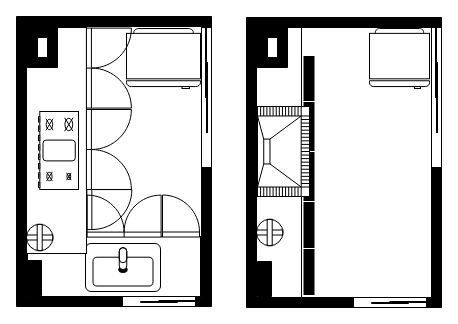
Above: 未命名绘图.drawio in aiquantong/drawIO (draw.io), before the change. Source tidied: cells renumbered, new cells numbered last; positions are measured from the earlier drawing's top-left corner, leaving out a move shared by most shapes. Both pictures are drawn from the tidied source at 100%, with x=0, y=0 at pixel (16, 16).
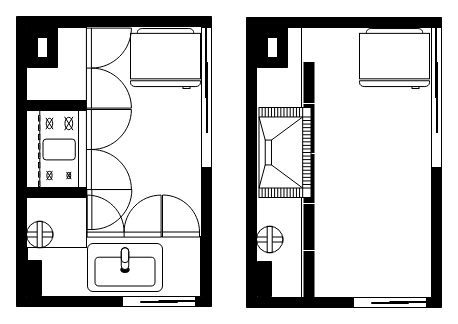
The same page after the edit.

Commit message (it also covers changes not shown here):
更新未命名绘图.drawio

What changed in the source:
```diff
@@
     <mxCell id="5" style="verticalLabelPosition=bottom;html=1;verticalAlign=top;align=center;shape=mxgraph.floorplan.refrigerator;" parent="1" vertex="1">
-      <mxGeometry x="110" y="12" width="74" height="60" as="geometry" />
+      <mxGeometry x="114" y="12" width="70" height="60" as="geometry" />
     </mxCell>
@@
     <mxCell id="7" style="verticalLabelPosition=bottom;html=1;verticalAlign=top;align=center;shape=mxgraph.floorplan.sink_22;" parent="1" vertex="1">
-      <mxGeometry x="69" y="227" width="75" height="48" as="geometry" />
+      <mxGeometry x="71" y="227" width="75" height="48" as="geometry" />
     </mxCell>
     <mxCell id="8" style="rounded=0;whiteSpace=wrap;html=1;" parent="1" vertex="1">
-      <mxGeometry x="10" y="11" width="60" height="226" as="geometry" />
+      <mxGeometry x="10" y="11" width="60" height="220" as="geometry" />
     </mxCell>
@@
     <mxCell id="10" style="verticalLabelPosition=bottom;html=1;verticalAlign=top;align=center;shape=mxgraph.floorplan.range_2;rotation=90;" parent="1" vertex="1">
-      <mxGeometry x="3" y="114" width="78" height="40" as="geometry" />
+      <mxGeometry x="3" y="113" width="78" height="40" as="geometry" />
     </mxCell>
     <mxCell id="11" style="verticalLabelPosition=bottom;html=1;verticalAlign=top;align=center;shape=mxgraph.floorplan.doorRevolving;" parent="1" vertex="1">
-      <mxGeometry x="10" y="207" width="26.4" height="28" as="geometry" />
+      <mxGeometry x="10" y="204" width="26.4" height="28" as="geometry" />
     </mxCell>
@@
     <mxCell id="15" style="verticalLabelPosition=bottom;html=1;verticalAlign=top;align=center;shape=mxgraph.floorplan.refrigerator;" parent="1" vertex="1">
-      <mxGeometry x="353" y="12" width="60" height="60" as="geometry" />
+      <mxGeometry x="343" y="12" width="70" height="60" as="geometry" />
     </mxCell>
@@
     <mxCell id="19" style="verticalLabelPosition=bottom;html=1;verticalAlign=top;align=center;shape=mxgraph.floorplan.wall;fillColor=strokeColor;direction=south;" parent="1" vertex="1">
-      <mxGeometry x="290" y="186" width="5" height="45" as="geometry" />
+      <mxGeometry x="290" y="188" width="5" height="45" as="geometry" />
     </mxCell>
     <mxCell id="20" style="verticalLabelPosition=bottom;html=1;verticalAlign=top;align=center;shape=mxgraph.floorplan.wall;fillColor=strokeColor;direction=south;" parent="1" vertex="1">
-      <mxGeometry x="290" y="136" width="5" height="48" as="geometry" />
+      <mxGeometry x="290" y="138" width="5" height="48" as="geometry" />
     </mxCell>
     <mxCell id="21" style="verticalLabelPosition=bottom;html=1;verticalAlign=top;align=center;shape=mxgraph.floorplan.wall;fillColor=strokeColor;direction=south;" parent="1" vertex="1">
-      <mxGeometry x="290" y="86" width="5" height="48" as="geometry" />
+      <mxGeometry x="290" y="88" width="5" height="48" as="geometry" />
     </mxCell>
     <mxCell id="22" style="verticalLabelPosition=bottom;html=1;verticalAlign=top;align=center;shape=mxgraph.floorplan.wall;fillColor=strokeColor;direction=south;" parent="1" vertex="1">
-      <mxGeometry x="290" y="40" width="5" height="44" as="geometry" />
+      <mxGeometry x="290" y="46" width="5" height="40" as="geometry" />
     </mxCell>
     <mxCell id="23" style="verticalLabelPosition=bottom;html=1;verticalAlign=top;align=center;shape=mxgraph.floorplan.doorRevolving;" parent="1" vertex="1">
-      <mxGeometry x="240" y="202" width="26.4" height="28" as="geometry" />
+      <mxGeometry x="240" y="209" width="26.4" height="28" as="geometry" />
     </mxCell>
     <mxCell id="24" style="verticalLabelPosition=bottom;html=1;verticalAlign=top;align=center;shape=mxgraph.floorplan.wall;fillColor=strokeColor;direction=south;" parent="1" vertex="1">
-      <mxGeometry x="290" y="233" width="5" height="45" as="geometry" />
+      <mxGeometry x="290" y="235" width="5" height="45" as="geometry" />
     </mxCell>
     <mxCell id="25" style="verticalLabelPosition=bottom;html=1;verticalAlign=top;align=center;shape=mxgraph.floorplan.fireplace;rotation=90;" parent="1" vertex="1">
-      <mxGeometry x="222" y="109" width="90" height="52" as="geometry" />
+      <mxGeometry x="223.5" y="110" width="90" height="52" as="geometry" />
     </mxCell>
@@
+    <mxCell id="33" style="verticalLabelPosition=bottom;html=1;verticalAlign=top;align=center;shape=mxgraph.floorplan.wall;fillColor=strokeColor;" parent="1" vertex="1">
+      <mxGeometry x="10" y="171" width="60" height="10" as="geometry" />
+    </mxCell>
+    <mxCell id="34" style="verticalLabelPosition=bottom;html=1;verticalAlign=top;align=center;shape=mxgraph.floorplan.wall;fillColor=strokeColor;" parent="1" vertex="1">
+      <mxGeometry x="9" y="84" width="60" height="10" as="geometry" />
+    </mxCell>
```
